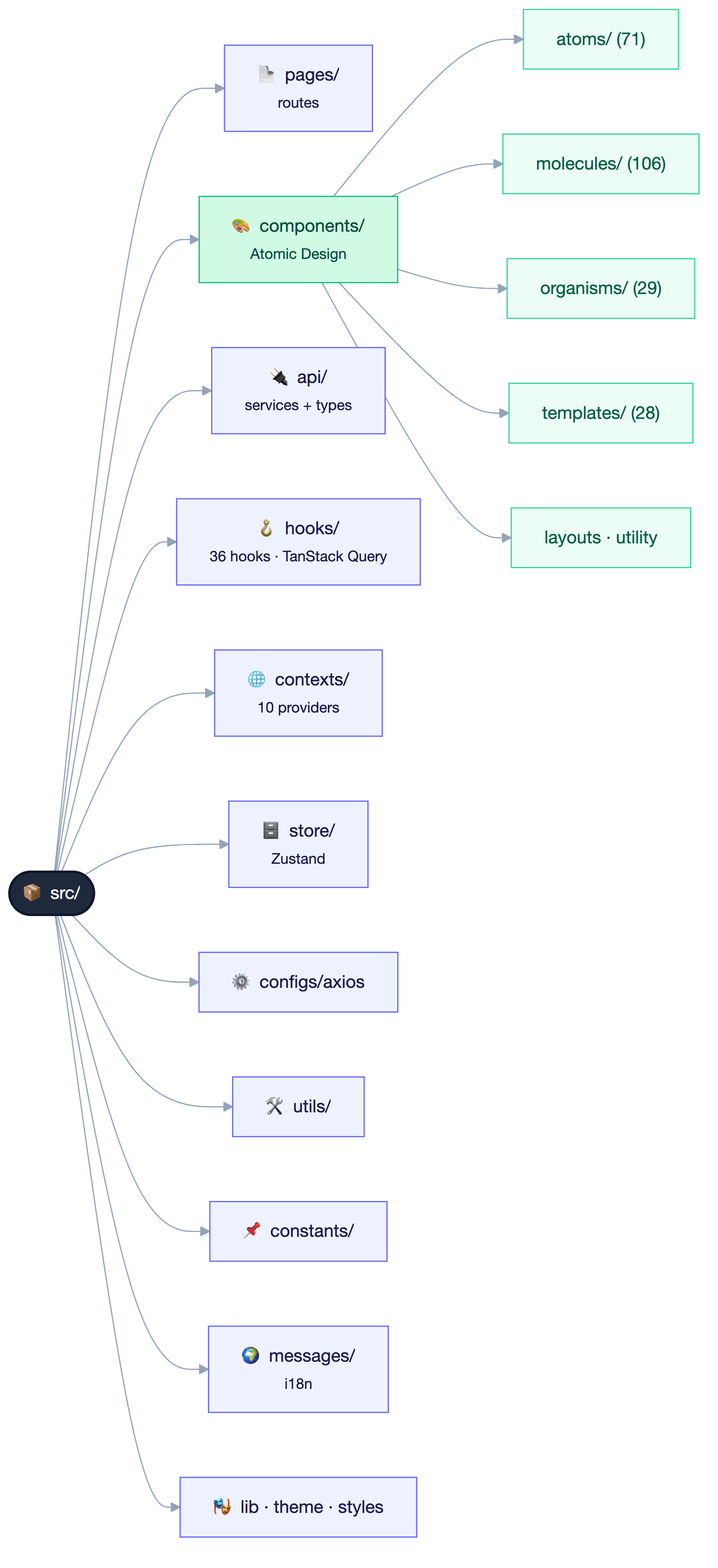
Above: diagrams/fe/png/02-folder-structure.png in huynhtranty/smartrent-report (Mermaid), before the change. Its source is kept beside it as diagrams/fe/src/02-folder-structure.mmd.
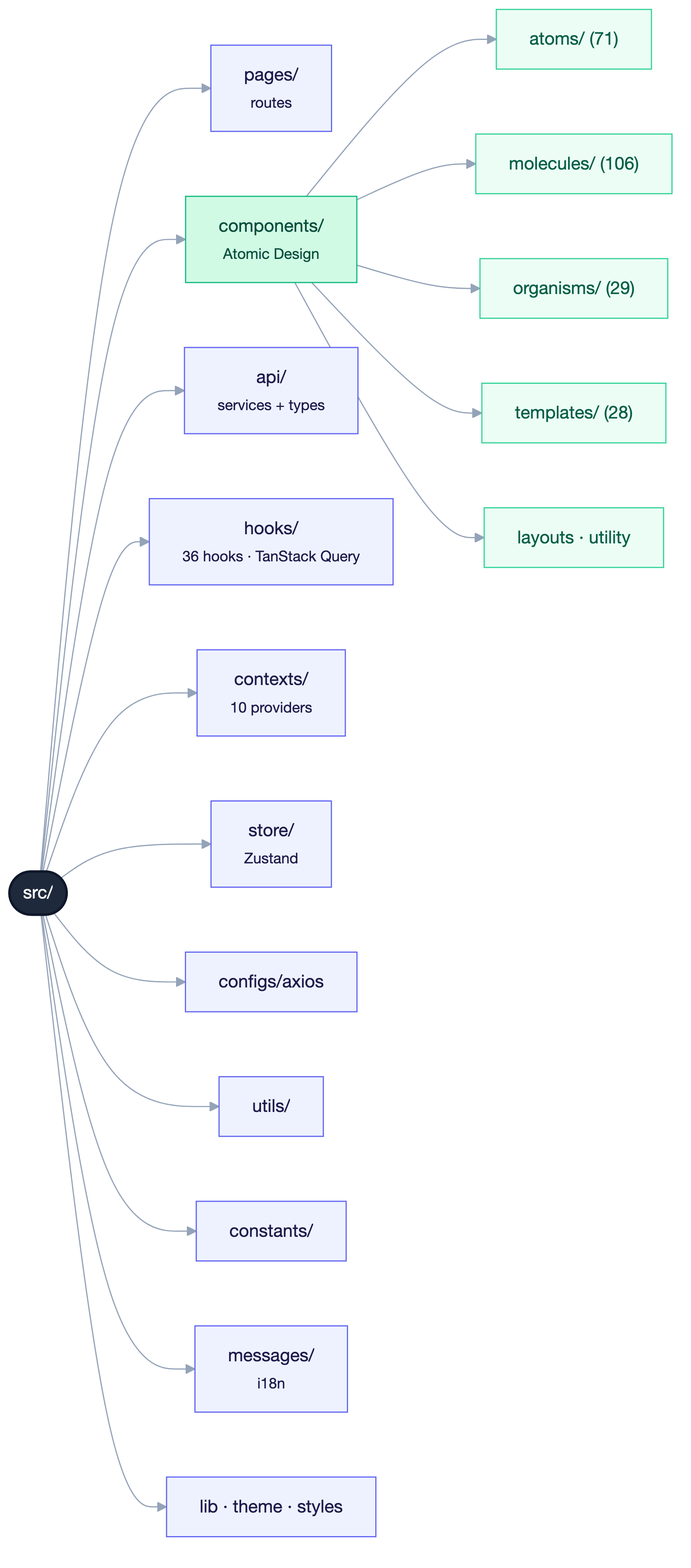
Above is the later version.

Change to the diagram source:
```diff
@@ -1,27 +1,27 @@
 flowchart LR
-    root(["📦 src/"])
-    root --> pages["📄 pages/<br/><small>routes</small>"]
-    root --> components["🎨 components/<br/><small>Atomic Design</small>"]
-    root --> api["🔌 api/<br/><small>services + types</small>"]
-    root --> hooks["🪝 hooks/<br/><small>36 hooks · TanStack Query</small>"]
-    root --> contexts["🌐 contexts/<br/><small>10 providers</small>"]
-    root --> store["🗄️ store/<br/><small>Zustand</small>"]
-    root --> configs["⚙️ configs/axios"]
-    root --> utils["🛠️ utils/"]
-    root --> constants["📌 constants/"]
-    root --> messages["🌍 messages/<br/><small>i18n</small>"]
-    root --> lib["🎭 lib · theme · styles"]
-    components --> c1["atoms/ (71)"]
-    components --> c2["molecules/ (106)"]
-    components --> c3["organisms/ (29)"]
-    components --> c4["templates/ (28)"]
-    components --> c5["layouts · utility"]
+ root(["src/"])
+ root --> pages["pages/<br/><small>routes</small>"]
+ root --> components["components/<br/><small>Atomic Design</small>"]
+ root --> api["api/<br/><small>services + types</small>"]
+ root --> hooks["hooks/<br/><small>36 hooks · TanStack Query</small>"]
+ root --> contexts["contexts/<br/><small>10 providers</small>"]
+ root --> store["store/<br/><small>Zustand</small>"]
+ root --> configs["configs/axios"]
+ root --> utils["utils/"]
+ root --> constants["constants/"]
+ root --> messages["messages/<br/><small>i18n</small>"]
+ root --> lib["lib · theme · styles"]
+ components --> c1["atoms/ (71)"]
+ components --> c2["molecules/ (106)"]
+ components --> c3["organisms/ (29)"]
+ components --> c4["templates/ (28)"]
+ components --> c5["layouts · utility"]
 
-    classDef root fill:#1e293b,stroke:#0f172a,color:#f8fafc,stroke-width:2px
-    classDef ui fill:#d1fae5,stroke:#10b981,color:#064e3b
-    classDef other fill:#eef2ff,stroke:#6366f1,color:#1e1b4b
-    classDef sub fill:#ecfdf5,stroke:#34d399,color:#065f46
-    class root root
-    class components ui
-    class pages,api,hooks,contexts,store,configs,utils,constants,messages,lib other
-    class c1,c2,c3,c4,c5 sub
+ classDef root fill:#1e293b,stroke:#0f172a,color:#f8fafc,stroke-width:2px
+ classDef ui fill:#d1fae5,stroke:#10b981,color:#064e3b
+ classDef other fill:#eef2ff,stroke:#6366f1,color:#1e1b4b
+ classDef sub fill:#ecfdf5,stroke:#34d399,color:#065f46
+ class root root
+ class components ui
+ class pages,api,hooks,contexts,store,configs,utils,constants,messages,lib other
+ class c1,c2,c3,c4,c5 sub
```
